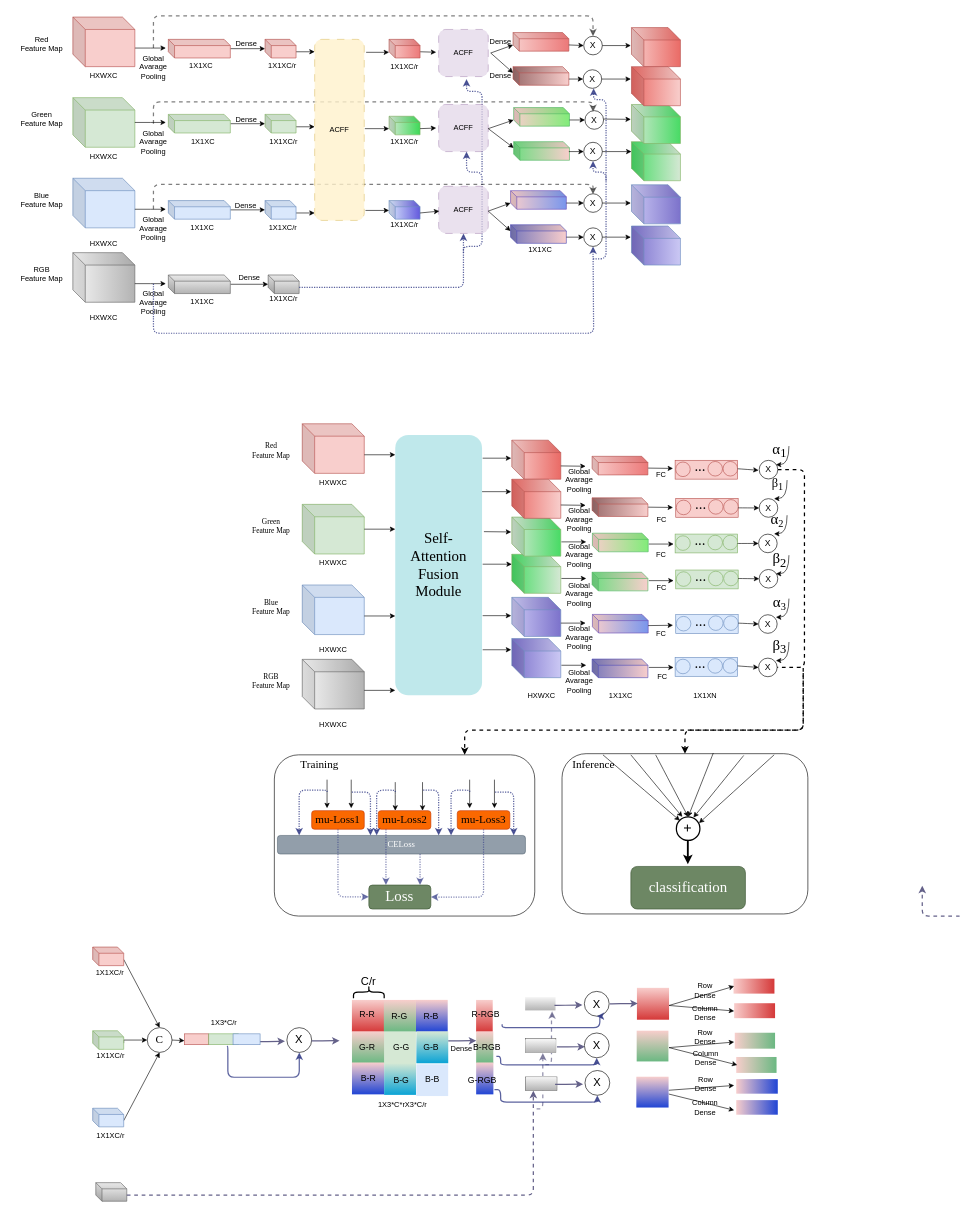
lcq666666/lcq.github.io keeps this draw.io diagram as paper.drawio. Above is the earlier version. Source tidied: cells renumbered, new cells numbered last; positions are measured from the earlier drawing's top-left corner, leaving out a move shared by most shapes. Both pictures are drawn from the tidied source at 62%, with x=0, y=0 at pixel (17, 16).
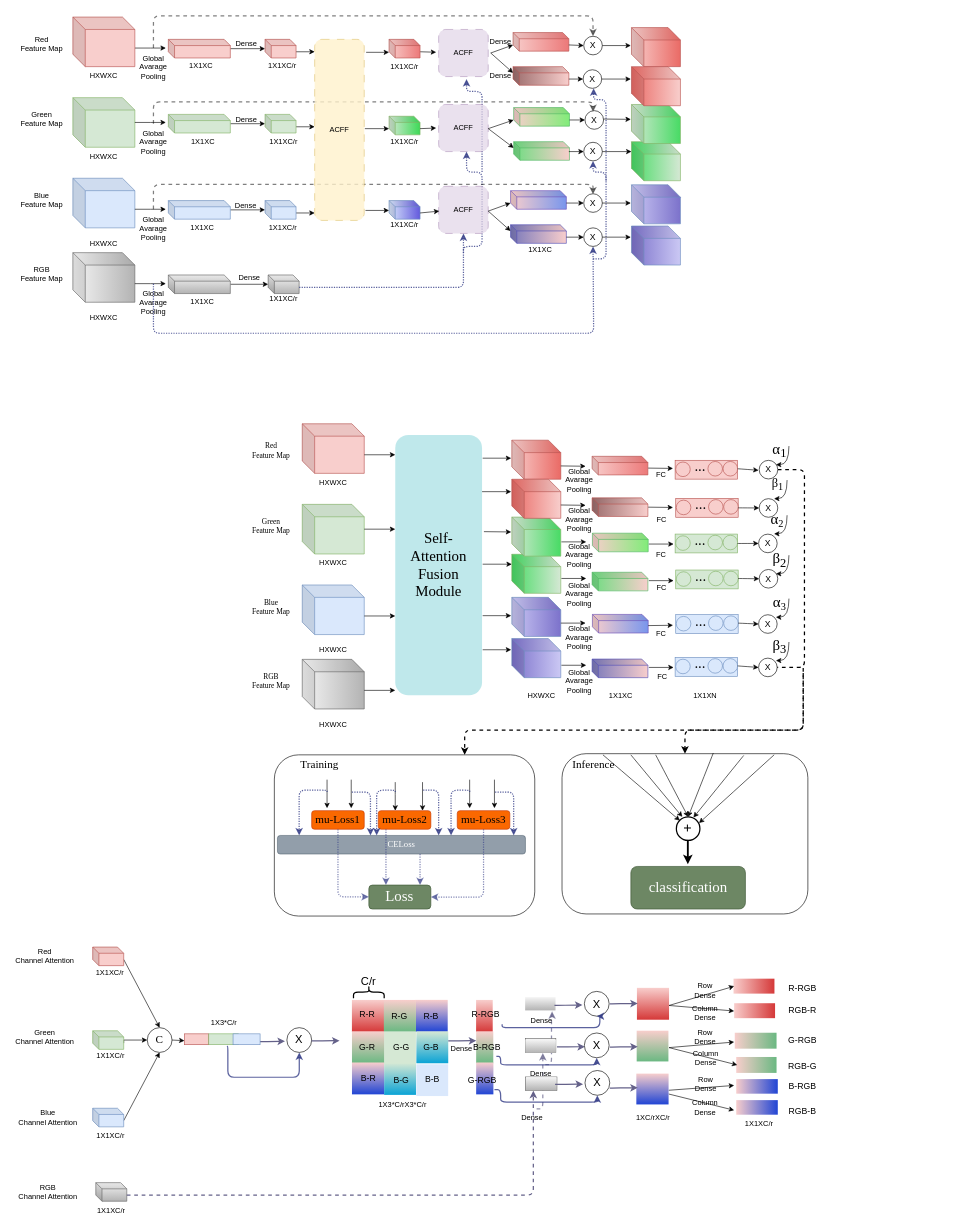
The same page after the edit.

Change to the diagram source:
```diff
@@
-    <mxCell id="296" value="1X3*C*rX3*C/r" style="text;strokeColor=none;align=center;fillColor=none;html=1;verticalAlign=middle;whiteSpace=wrap;rounded=0;" parent="1" vertex="1">
+    <mxCell id="296" value="1X3*C/rX3*C/r" style="text;strokeColor=none;align=center;fillColor=none;html=1;verticalAlign=middle;whiteSpace=wrap;rounded=0;" parent="1" vertex="1">
       <mxGeometry x="592" y="1742.4" width="60" height="30" as="geometry" />
     </mxCell>
@@
-    <mxCell id="333" style="edgeStyle=orthogonalEdgeStyle;rounded=1;orthogonalLoop=1;jettySize=auto;html=1;strokeColor=#646189;strokeWidth=2;dashed=1;" parent="1" edge="1">
-      <mxGeometry relative="1" as="geometry">
-        <mxPoint x="1519" y="1452" as="sourcePoint" />
-        <mxPoint x="1460" y="1403" as="targetPoint" />
-        <Array as="points">
-          <mxPoint x="1520" y="1452" />
-          <mxPoint x="1460" y="1452" />
-        </Array>
-      </mxGeometry>
-    </mxCell>
@@
     <mxCell id="346" style="rounded=0;whiteSpace=wrap;html=1;fillColor=#f8cecc;strokeColor=none;rotation=0;gradientColor=#6bb882;gradientDirection=east;" parent="1" vertex="1">
-      <mxGeometry x="1157.6" y="1640.2" width="65" height="25.7" as="geometry" />
+      <mxGeometry x="1157.6" y="1640.2" width="67.4" height="25.7" as="geometry" />
     </mxCell>
@@
     <mxCell id="361" style="rounded=0;whiteSpace=wrap;html=1;fillColor=#f8cecc;strokeColor=none;rotation=90;gradientColor=#2145d4;gradientDirection=east;" parent="1" vertex="1">
-      <mxGeometry x="1000" y="1710" width="49.7" height="52" as="geometry" />
+      <mxGeometry x="1000" y="1705" width="49.7" height="52" as="geometry" />
     </mxCell>
@@
+    <mxCell id="367" value="1X1XC/r" style="text;strokeColor=none;align=center;fillColor=none;html=1;verticalAlign=middle;whiteSpace=wrap;rounded=0;" parent="1" vertex="1">
+      <mxGeometry x="122" y="1912" width="60" height="30" as="geometry" />
+    </mxCell>
+    <mxCell id="368" value="1XC/rXC/r" style="text;strokeColor=none;align=center;fillColor=none;html=1;verticalAlign=middle;whiteSpace=wrap;rounded=0;" parent="1" vertex="1">
+      <mxGeometry x="995.7" y="1762" width="60" height="30" as="geometry" />
+    </mxCell>
+    <mxCell id="369" value="1X1XC/r" style="text;strokeColor=none;align=center;fillColor=none;html=1;verticalAlign=middle;whiteSpace=wrap;rounded=0;" parent="1" vertex="1">
+      <mxGeometry x="1167" y="1772.4" width="60" height="30" as="geometry" />
+    </mxCell>
+    <mxCell id="370" value="&lt;font style=&quot;font-size: 14px;&quot;&gt;R-RGB&lt;/font&gt;" style="text;strokeColor=none;align=center;fillColor=none;html=1;verticalAlign=middle;whiteSpace=wrap;rounded=0;" parent="1" vertex="1">
+      <mxGeometry x="1240" y="1553" width="53.7" height="30" as="geometry" />
+    </mxCell>
+    <mxCell id="371" value="&lt;font style=&quot;font-size: 14px;&quot;&gt;RGB-R&lt;/font&gt;" style="text;strokeColor=none;align=center;fillColor=none;html=1;verticalAlign=middle;whiteSpace=wrap;rounded=0;" parent="1" vertex="1">
+      <mxGeometry x="1240" y="1589.3" width="53.7" height="30" as="geometry" />
+    </mxCell>
+    <mxCell id="372" value="&lt;font style=&quot;font-size: 14px;&quot;&gt;RGB-G&lt;/font&gt;" style="text;strokeColor=none;align=center;fillColor=none;html=1;verticalAlign=middle;whiteSpace=wrap;rounded=0;" parent="1" vertex="1">
+      <mxGeometry x="1240" y="1680" width="53.7" height="30" as="geometry" />
+    </mxCell>
+    <mxCell id="373" value="&lt;font style=&quot;font-size: 14px;&quot;&gt;G-RGB&lt;/font&gt;" style="text;strokeColor=none;align=center;fillColor=none;html=1;verticalAlign=middle;whiteSpace=wrap;rounded=0;" parent="1" vertex="1">
+      <mxGeometry x="1240" y="1637" width="53.7" height="30" as="geometry" />
+    </mxCell>
+    <mxCell id="374" value="&lt;font style=&quot;font-size: 14px;&quot;&gt;RGB-B&lt;/font&gt;" style="text;strokeColor=none;align=center;fillColor=none;html=1;verticalAlign=middle;whiteSpace=wrap;rounded=0;" parent="1" vertex="1">
+      <mxGeometry x="1240" y="1752" width="53.7" height="30" as="geometry" />
+    </mxCell>
+    <mxCell id="375" value="&lt;font style=&quot;font-size: 14px;&quot;&gt;B-RGB&lt;/font&gt;" style="text;strokeColor=none;align=center;fillColor=none;html=1;verticalAlign=middle;whiteSpace=wrap;rounded=0;" parent="1" vertex="1">
+      <mxGeometry x="1240" y="1712.4" width="53.7" height="30" as="geometry" />
+    </mxCell>
+    <mxCell id="376" style="edgeStyle=orthogonalEdgeStyle;rounded=1;orthogonalLoop=1;jettySize=auto;html=1;entryX=0;entryY=0.5;entryDx=0;entryDy=0;strokeColor=#646189;strokeWidth=2;" parent="1" edge="1">
+      <mxGeometry relative="1" as="geometry">
+        <mxPoint x="956" y="1663.3" as="sourcePoint" />
+        <mxPoint x="1001.2" y="1662.8" as="targetPoint" />
+        <Array as="points">
+          <mxPoint x="963.2" y="1662.8" />
+        </Array>
+      </mxGeometry>
+    </mxCell>
+    <mxCell id="377" style="edgeStyle=orthogonalEdgeStyle;rounded=1;orthogonalLoop=1;jettySize=auto;html=1;entryX=0;entryY=0.5;entryDx=0;entryDy=0;strokeColor=#646189;strokeWidth=2;" parent="1" edge="1">
+      <mxGeometry relative="1" as="geometry">
+        <mxPoint x="956" y="1729.4" as="sourcePoint" />
+        <mxPoint x="1001.2" y="1728.9" as="targetPoint" />
+        <Array as="points">
+          <mxPoint x="963.2" y="1728.9" />
+        </Array>
+      </mxGeometry>
+    </mxCell>
+    <mxCell id="378" value="Dense" style="text;strokeColor=none;align=center;fillColor=none;html=1;verticalAlign=middle;whiteSpace=wrap;rounded=0;" parent="1" vertex="1">
+      <mxGeometry x="815" y="1691" width="60" height="30" as="geometry" />
+    </mxCell>
+    <mxCell id="379" value="Dense" style="text;strokeColor=none;align=center;fillColor=none;html=1;verticalAlign=middle;whiteSpace=wrap;rounded=0;" parent="1" vertex="1">
+      <mxGeometry x="801" y="1762" width="60" height="30" as="geometry" />
+    </mxCell>
+    <mxCell id="380" value="Dense" style="text;strokeColor=none;align=center;fillColor=none;html=1;verticalAlign=middle;whiteSpace=wrap;rounded=0;" parent="1" vertex="1">
+      <mxGeometry x="816" y="1606.1" width="60" height="30" as="geometry" />
+    </mxCell>
+    <mxCell id="381" value="Red&lt;br&gt;Channel Attention" style="text;strokeColor=none;align=center;fillColor=none;html=1;verticalAlign=middle;whiteSpace=wrap;rounded=0;" parent="1" vertex="1">
+      <mxGeometry x="-10" y="1502" width="110" height="30" as="geometry" />
+    </mxCell>
+    <mxCell id="382" value="Green&lt;br style=&quot;border-color: var(--border-color);&quot;&gt;Channel Attention" style="text;strokeColor=none;align=center;fillColor=none;html=1;verticalAlign=middle;whiteSpace=wrap;rounded=0;" parent="1" vertex="1">
+      <mxGeometry x="-10" y="1632" width="110" height="30" as="geometry" />
+    </mxCell>
+    <mxCell id="383" value="Blue&lt;br style=&quot;border-color: var(--border-color);&quot;&gt;Channel Attention" style="text;strokeColor=none;align=center;fillColor=none;html=1;verticalAlign=middle;whiteSpace=wrap;rounded=0;" parent="1" vertex="1">
+      <mxGeometry y="1762" width="100" height="30" as="geometry" />
+    </mxCell>
+    <mxCell id="384" value="RGB&lt;br style=&quot;border-color: var(--border-color);&quot;&gt;Channel Attention" style="text;strokeColor=none;align=center;fillColor=none;html=1;verticalAlign=middle;whiteSpace=wrap;rounded=0;" parent="1" vertex="1">
+      <mxGeometry y="1882" width="100" height="30" as="geometry" />
+    </mxCell>
```
